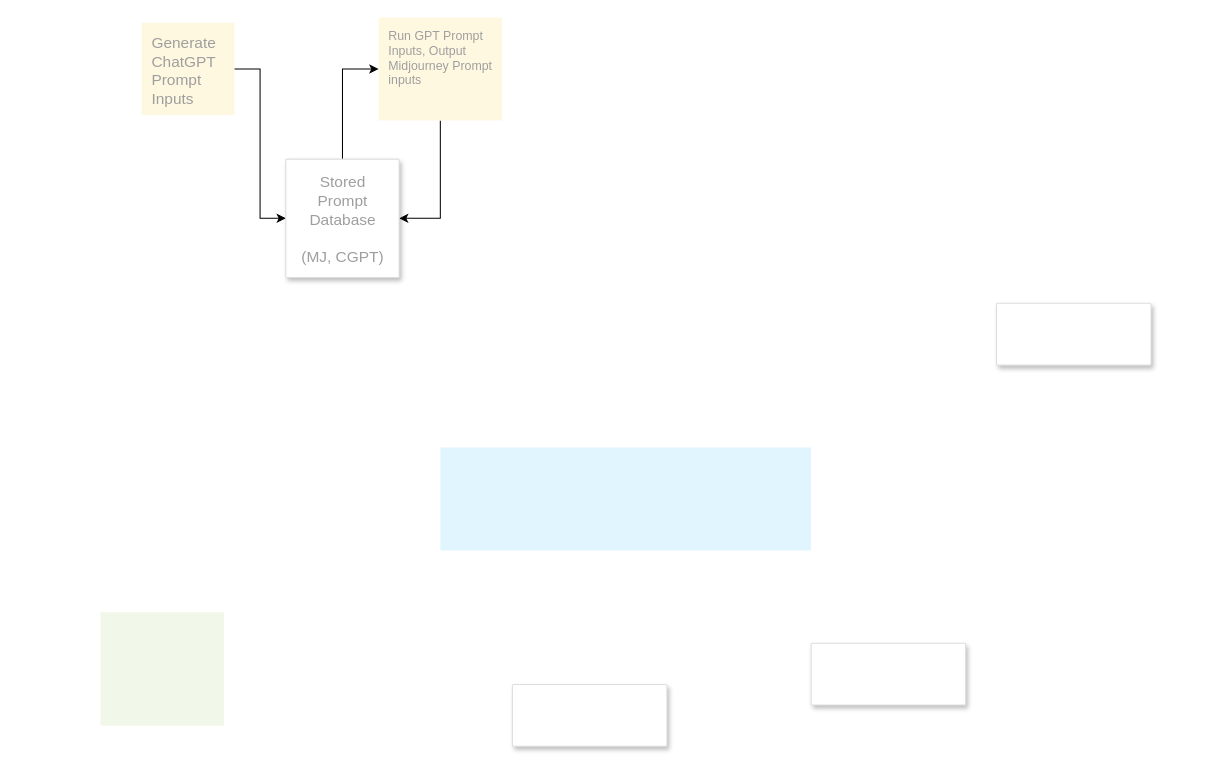
The draw.io diagram Data_Flow_Diagrams/AI PoD Overview.drawio in Senselessgeek/AI-PoD, before the edit. Source tidied: cells renumbered, new cells numbered last; positions are measured from the earlier drawing's top-left corner, leaving out a move shared by most shapes. Both pictures are drawn from the tidied source at 103%, with x=0, y=0 at pixel (100, 16).
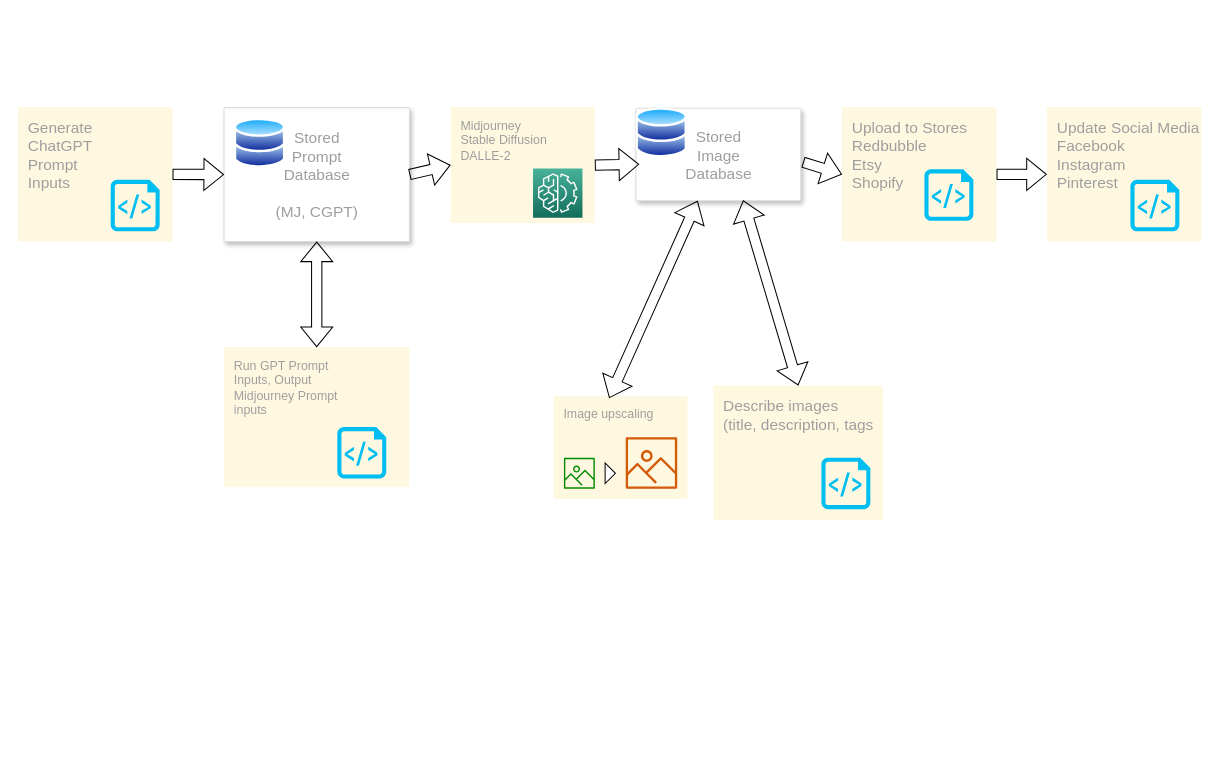
After the change.

Diff of the diagram source:
```diff
@@
-    <mxCell id="2" style="rounded=1;absoluteArcSize=1;arcSize=2;html=1;strokeColor=none;gradientColor=none;shadow=0;dashed=0;strokeColor=none;fontSize=12;fontColor=#9E9E9E;align=left;verticalAlign=top;spacing=10;spacingTop=-4;fillColor=#E1F5FE;" parent="1" vertex="1">
-      <mxGeometry x="330" y="418" width="360" height="100" as="geometry" />
-    </mxCell>
+    <mxCell id="4" value="Generate &lt;br&gt;ChatGPT&lt;br style=&quot;font-size: 15px;&quot;&gt;Prompt&lt;br&gt;Inputs" style="rounded=1;absoluteArcSize=1;arcSize=2;html=1;strokeColor=none;gradientColor=none;shadow=0;dashed=0;strokeColor=none;fontSize=15;fontColor=#9E9E9E;align=left;verticalAlign=top;spacing=10;spacingTop=-4;fillColor=#FFF8E1;" parent="1" vertex="1">
+      <mxGeometry x="-80" y="87.5" width="150" height="130.5" as="geometry" />
+    </mxCell>
+    <mxCell id="6" value="Run GPT Prompt&amp;nbsp;&lt;br&gt;Inputs, Output&lt;br&gt;Midjourney Prompt&lt;br&gt;inputs" style="rounded=1;absoluteArcSize=1;arcSize=2;html=1;strokeColor=none;gradientColor=none;shadow=0;dashed=0;strokeColor=none;fontSize=12;fontColor=#9E9E9E;align=left;verticalAlign=top;spacing=10;spacingTop=-4;fillColor=#FFF8E1;" parent="1" vertex="1">
+      <mxGeometry x="120" y="320.5" width="180" height="136" as="geometry" />
+    </mxCell>
+    <mxCell id="10" value="&lt;font style=&quot;font-size: 15px;&quot;&gt;Stored &lt;br&gt;Prompt &lt;br&gt;Database&lt;br&gt;&lt;br&gt;(MJ, CGPT)&lt;br&gt;&lt;/font&gt;" style="strokeColor=#dddddd;fillColor=#ffffff;shadow=1;strokeWidth=1;rounded=1;absoluteArcSize=1;arcSize=2;fontSize=10;fontColor=#9E9E9E;align=center;html=1;" parent="1" vertex="1">
+      <mxGeometry x="120" y="88" width="180" height="130" as="geometry" />
+    </mxCell>
+    <mxCell id="13" value="Midjourney&lt;br&gt;Stable Diffusion&lt;br&gt;DALLE-2" style="rounded=1;absoluteArcSize=1;arcSize=2;html=1;strokeColor=none;gradientColor=none;shadow=0;dashed=0;strokeColor=none;fontSize=12;fontColor=#9E9E9E;align=left;verticalAlign=top;spacing=10;spacingTop=-4;fillColor=#FFF8E1;" parent="1" vertex="1">
+      <mxGeometry x="340" y="87.5" width="140" height="112.5" as="geometry" />
+    </mxCell>
+    <mxCell id="14" value="Image upscaling" style="rounded=1;absoluteArcSize=1;arcSize=2;html=1;strokeColor=none;gradientColor=none;shadow=0;dashed=0;strokeColor=none;fontSize=12;fontColor=#9E9E9E;align=left;verticalAlign=top;spacing=10;spacingTop=-4;fillColor=#FFF8E1;" parent="1" vertex="1">
+      <mxGeometry x="440" y="368" width="130" height="100" as="geometry" />
+    </mxCell>
+    <mxCell id="15" value="&lt;font style=&quot;font-size: 15px;&quot;&gt;Stored &lt;br&gt;Image&lt;br&gt;Database&lt;br&gt;&lt;/font&gt;" style="strokeColor=#dddddd;fillColor=#ffffff;shadow=1;strokeWidth=1;rounded=1;absoluteArcSize=1;arcSize=2;fontSize=10;fontColor=#9E9E9E;align=center;html=1;" parent="1" vertex="1">
+      <mxGeometry x="520" y="88.5" width="160" height="90" as="geometry" />
+    </mxCell>
+    <mxCell id="16" style="verticalLabelPosition=bottom;html=1;verticalAlign=top;align=center;strokeColor=none;fillColor=#00BEF2;shape=mxgraph.azure.script_file;" parent="1" vertex="1">
+      <mxGeometry x="10" y="158" width="47.5" height="50" as="geometry" />
+    </mxCell>
+    <mxCell id="17" style="verticalLabelPosition=bottom;html=1;verticalAlign=top;align=center;strokeColor=none;fillColor=#00BEF2;shape=mxgraph.azure.script_file;" parent="1" vertex="1">
+      <mxGeometry x="230" y="398" width="47.5" height="50" as="geometry" />
+    </mxCell>
+    <mxCell id="18" style="image;perimeter=ellipsePerimeter;html=1;align=center;shadow=0;dashed=0;spacingTop=3;image=img/lib/active_directory/databases.svg;" parent="1" vertex="1">
+      <mxGeometry x="130" y="98" width="50" height="49" as="geometry" />
+    </mxCell>
+    <mxCell id="19" style="sketch=0;fontColor=#ffffff;fillColor=#008a00;strokeColor=#005700;dashed=0;verticalLabelPosition=bottom;verticalAlign=top;align=center;html=1;fontSize=12;fontStyle=0;shape=mxgraph.aws4.container_registry_image;" parent="1" vertex="1">
+      <mxGeometry x="450" y="428" width="30" height="30" as="geometry" />
+    </mxCell>
+    <mxCell id="20" style="sketch=0;fontColor=#232F3E;gradientColor=none;fillColor=#D45B07;strokeColor=none;dashed=0;verticalLabelPosition=bottom;verticalAlign=top;align=center;html=1;fontSize=12;fontStyle=0;shape=mxgraph.aws4.container_registry_image;" parent="1" vertex="1">
+      <mxGeometry x="510" y="408" width="50" height="50" as="geometry" />
+    </mxCell>
+    <mxCell id="21" style="html=1;shadow=0;dashed=0;align=center;verticalAlign=middle;shape=mxgraph.arrows2.arrow;dy=0.6;dx=40;notch=0;" parent="1" vertex="1">
+      <mxGeometry x="490" y="433" width="10" height="20" as="geometry" />
+    </mxCell>
+    <mxCell id="22" style="image;perimeter=ellipsePerimeter;html=1;align=center;shadow=0;dashed=0;spacingTop=3;image=img/lib/active_directory/databases.svg;" parent="1" vertex="1">
+      <mxGeometry x="520" y="88" width="50" height="49" as="geometry" />
+    </mxCell>
+    <mxCell id="23" style="sketch=0;fontColor=#232F3E;gradientColor=#4AB29A;gradientDirection=north;fillColor=#116D5B;strokeColor=#ffffff;dashed=0;verticalLabelPosition=bottom;verticalAlign=top;align=center;html=1;fontSize=12;fontStyle=0;shape=mxgraph.aws4.resourceIcon;resIcon=mxgraph.aws4.machine_learning;" parent="1" vertex="1">
+      <mxGeometry x="420" y="147" width="48" height="48" as="geometry" />
+    </mxCell>
+    <mxCell id="24" value="Describe images&lt;br&gt;(title, description, tags" style="rounded=1;absoluteArcSize=1;arcSize=2;html=1;strokeColor=none;gradientColor=none;shadow=0;dashed=0;strokeColor=none;fontSize=15;fontColor=#9E9E9E;align=left;verticalAlign=top;spacing=10;spacingTop=-4;fillColor=#FFF8E1;" parent="1" vertex="1">
+      <mxGeometry x="595" y="357.8" width="165" height="130.5" as="geometry" />
+    </mxCell>
+    <mxCell id="25" style="verticalLabelPosition=bottom;html=1;verticalAlign=top;align=center;strokeColor=none;fillColor=#00BEF2;shape=mxgraph.azure.script_file;" parent="1" vertex="1">
+      <mxGeometry x="700" y="427.8" width="47.5" height="50" as="geometry" />
+    </mxCell>
+    <mxCell id="26" value="Upload to Stores&lt;br&gt;Redbubble&lt;br&gt;Etsy&lt;br&gt;Shopify" style="rounded=1;absoluteArcSize=1;arcSize=2;html=1;strokeColor=none;gradientColor=none;shadow=0;dashed=0;strokeColor=none;fontSize=15;fontColor=#9E9E9E;align=left;verticalAlign=top;spacing=10;spacingTop=-4;fillColor=#FFF8E1;" parent="1" vertex="1">
+      <mxGeometry x="720" y="87.5" width="150" height="130.5" as="geometry" />
+    </mxCell>
+    <mxCell id="27" style="verticalLabelPosition=bottom;html=1;verticalAlign=top;align=center;strokeColor=none;fillColor=#00BEF2;shape=mxgraph.azure.script_file;" parent="1" vertex="1">
+      <mxGeometry x="800" y="147.8" width="47.5" height="50" as="geometry" />
+    </mxCell>
+    <mxCell id="28" value="Update Social Media&lt;br&gt;Facebook&lt;br&gt;Instagram&lt;br&gt;Pinterest" style="rounded=1;absoluteArcSize=1;arcSize=2;html=1;strokeColor=none;gradientColor=none;shadow=0;dashed=0;strokeColor=none;fontSize=15;fontColor=#9E9E9E;align=left;verticalAlign=top;spacing=10;spacingTop=-4;fillColor=#FFF8E1;" parent="1" vertex="1">
+      <mxGeometry x="918.8" y="87.5" width="150" height="130.5" as="geometry" />
+    </mxCell>
+    <mxCell id="29" style="verticalLabelPosition=bottom;html=1;verticalAlign=top;align=center;strokeColor=none;fillColor=#00BEF2;shape=mxgraph.azure.script_file;" parent="1" vertex="1">
+      <mxGeometry x="1000" y="158" width="47.5" height="50" as="geometry" />
+    </mxCell>
-    <mxCell id="3" style="edgeStyle=orthogonalEdgeStyle;rounded=0;jettySize=auto;html=1;entryX=0;entryY=0.5;entryDx=0;entryDy=0;" parent="1" edge="1" source="4" target="10">
+    <mxCell id="3" style="shape=flexArrow;endArrow=classic;html=1;rounded=0;exitX=1;exitY=0.5;exitDx=0;exitDy=0;entryX=0;entryY=0.5;entryDx=0;entryDy=0;" parent="1" edge="1" source="4" target="10">
       <mxGeometry relative="1" as="geometry" />
     </mxCell>
-    <mxCell id="4" value="Generate &lt;br&gt;ChatGPT&lt;br style=&quot;font-size: 15px;&quot;&gt;Prompt&lt;br&gt;Inputs" style="rounded=1;absoluteArcSize=1;arcSize=2;html=1;strokeColor=none;gradientColor=none;shadow=0;dashed=0;strokeColor=none;fontSize=15;fontColor=#9E9E9E;align=left;verticalAlign=top;spacing=10;spacingTop=-4;fillColor=#FFF8E1;" parent="1" vertex="1">
-      <mxGeometry x="40" y="5.5" width="90" height="90" as="geometry" />
-    </mxCell>
+    <mxCell id="30" style="shape=flexArrow;endArrow=classic;html=1;rounded=0;exitX=1;exitY=0.5;exitDx=0;exitDy=0;entryX=0;entryY=0.5;entryDx=0;entryDy=0;" parent="1" edge="1" source="10" target="13">
+      <mxGeometry relative="1" as="geometry" />
+    </mxCell>
-    <mxCell id="5" style="edgeStyle=orthogonalEdgeStyle;rounded=0;jettySize=auto;html=1;entryX=1;entryY=0.5;entryDx=0;entryDy=0;" parent="1" edge="1" source="6" target="10">
+    <mxCell id="5" style="shape=flexArrow;endArrow=classic;startArrow=classic;html=1;rounded=0;exitX=0.5;exitY=0;exitDx=0;exitDy=0;entryX=0.5;entryY=1;entryDx=0;entryDy=0;" parent="1" edge="1" source="6" target="10">
       <mxGeometry relative="1" as="geometry" />
     </mxCell>
-    <mxCell id="6" value="Run GPT Prompt&amp;nbsp;&lt;br&gt;Inputs, Output&lt;br&gt;Midjourney Prompt&lt;br&gt;inputs" style="rounded=1;absoluteArcSize=1;arcSize=2;html=1;strokeColor=none;gradientColor=none;shadow=0;dashed=0;strokeColor=none;fontSize=12;fontColor=#9E9E9E;align=left;verticalAlign=top;spacing=10;spacingTop=-4;fillColor=#FFF8E1;" parent="1" vertex="1">
-      <mxGeometry x="270" y="0.5" width="120" height="100" as="geometry" />
-    </mxCell>
-    <mxCell id="7" style="rounded=1;absoluteArcSize=1;arcSize=2;html=1;strokeColor=none;gradientColor=none;shadow=0;dashed=0;strokeColor=none;fontSize=12;fontColor=#9E9E9E;align=left;verticalAlign=top;spacing=10;spacingTop=-4;fillColor=#F1F8E9;" parent="1" vertex="1">
-      <mxGeometry y="578" width="120" height="110" as="geometry" />
-    </mxCell>
-    <mxCell id="8" style="strokeColor=#dddddd;fillColor=#ffffff;shadow=1;strokeWidth=1;rounded=1;absoluteArcSize=1;arcSize=2;fontSize=10;fontColor=#9E9E9E;align=center;html=1;" parent="1" vertex="1">
-      <mxGeometry x="400" y="648" width="150" height="60" as="geometry" />
-    </mxCell>
-    <mxCell id="9" style="edgeStyle=orthogonalEdgeStyle;rounded=0;jettySize=auto;html=1;entryX=0;entryY=0.5;entryDx=0;entryDy=0;" parent="1" edge="1" source="10" target="6">
-      <mxGeometry relative="1" as="geometry" />
-    </mxCell>
-    <mxCell id="10" value="&lt;font style=&quot;font-size: 15px;&quot;&gt;Stored &lt;br&gt;Prompt &lt;br&gt;Database&lt;br&gt;&lt;br&gt;(MJ, CGPT)&lt;br&gt;&lt;/font&gt;" style="strokeColor=#dddddd;fillColor=#ffffff;shadow=1;strokeWidth=1;rounded=1;absoluteArcSize=1;arcSize=2;fontSize=10;fontColor=#9E9E9E;align=center;html=1;" parent="1" vertex="1">
-      <mxGeometry x="180" y="138" width="110" height="115" as="geometry" />
-    </mxCell>
-    <mxCell id="11" style="strokeColor=#dddddd;fillColor=#ffffff;shadow=1;strokeWidth=1;rounded=1;absoluteArcSize=1;arcSize=2;fontSize=10;fontColor=#9E9E9E;align=center;html=1;" parent="1" vertex="1">
-      <mxGeometry x="870" y="278" width="150" height="60" as="geometry" />
-    </mxCell>
-    <mxCell id="12" style="strokeColor=#dddddd;fillColor=#ffffff;shadow=1;strokeWidth=1;rounded=1;absoluteArcSize=1;arcSize=2;fontSize=10;fontColor=#9E9E9E;align=center;html=1;" parent="1" vertex="1">
-      <mxGeometry x="690" y="608" width="150" height="60" as="geometry" />
-    </mxCell>
+    <mxCell id="31" style="shape=flexArrow;endArrow=classic;startArrow=classic;html=1;rounded=0;exitX=0.415;exitY=0.02;exitDx=0;exitDy=0;exitPerimeter=0;" parent="1" edge="1" source="14" target="15">
+      <mxGeometry relative="1" as="geometry" />
+    </mxCell>
+    <mxCell id="32" style="shape=flexArrow;endArrow=classic;startArrow=classic;html=1;rounded=0;exitX=0.5;exitY=0;exitDx=0;exitDy=0;entryX=0.65;entryY=0.994;entryDx=0;entryDy=0;entryPerimeter=0;" parent="1" edge="1" source="24" target="15">
+      <mxGeometry relative="1" as="geometry" />
+    </mxCell>
+    <mxCell id="33" style="shape=flexArrow;endArrow=classic;html=1;rounded=0;entryX=0;entryY=0.5;entryDx=0;entryDy=0;exitX=1.013;exitY=0.583;exitDx=0;exitDy=0;exitPerimeter=0;" parent="1" edge="1" source="15" target="26">
+      <mxGeometry relative="1" as="geometry" />
+    </mxCell>
+    <mxCell id="34" style="shape=flexArrow;endArrow=classic;html=1;rounded=0;entryX=0;entryY=0.5;entryDx=0;entryDy=0;exitX=1;exitY=0.5;exitDx=0;exitDy=0;" parent="1" edge="1" source="26" target="28">
+      <mxGeometry relative="1" as="geometry" />
+    </mxCell>
+    <mxCell id="35" style="shape=flexArrow;endArrow=classic;html=1;rounded=0;exitX=1;exitY=0.5;exitDx=0;exitDy=0;entryX=0.019;entryY=0.606;entryDx=0;entryDy=0;entryPerimeter=0;" parent="1" edge="1" source="13" target="15">
+      <mxGeometry relative="1" as="geometry" />
+    </mxCell>
```
